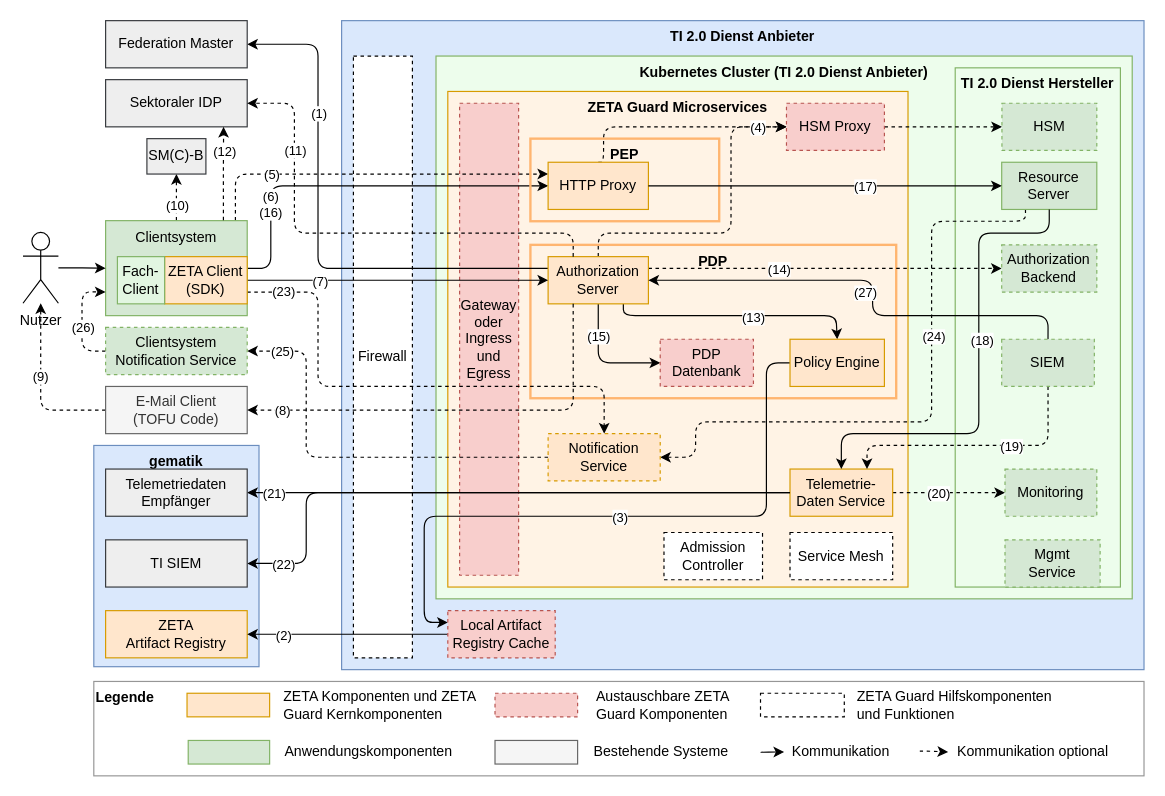
Before: src/drawio/Zero-Trust-Architektur.drawio in gematik/zeta, a draw.io diagram. Source tidied: cells renumbered, new cells numbered last; positions are measured from the earlier drawing's top-left corner, leaving out a move shared by most shapes. Both pictures are drawn from the tidied source at 118%, with x=0, y=0 at pixel (22, 20).
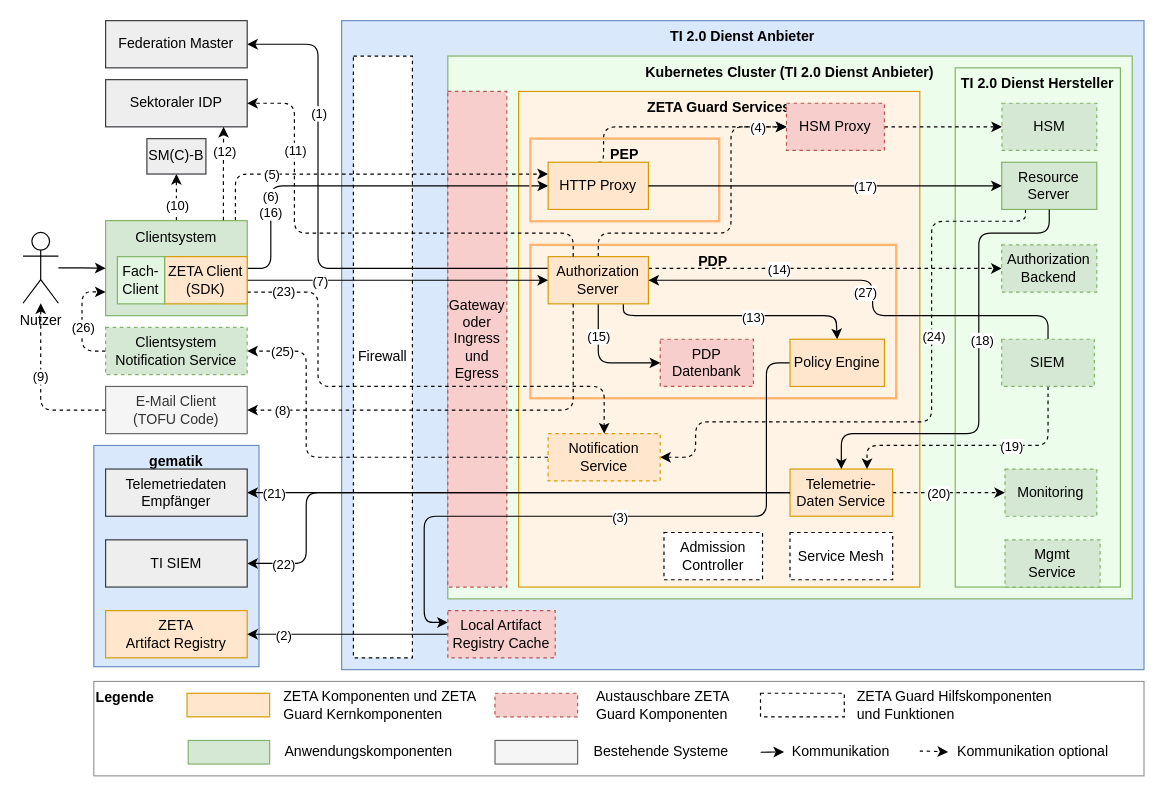
The same diagram, later.

Commit message:
refactor: Rename "ZETA Guard Microservices" to "ZETA Guard Services" and adjust the layout of several elements in the Zero-Trust-Architektur diagram.

Diff of the diagram source:
```diff
@@
     <mxCell id="4" value="&lt;b&gt;Kubernetes Cluster (&lt;/b&gt;&lt;b&gt;TI 2.0 Dienst Anbieter&lt;/b&gt;&lt;b&gt;)&lt;/b&gt;" style="rounded=0;whiteSpace=wrap;html=1;fillColor=#edfdec;strokeColor=#82b366;align=center;verticalAlign=top;" parent="1" vertex="1">
-      <mxGeometry x="350" y="30" width="590" height="460" as="geometry" />
+      <mxGeometry x="360" y="30" width="580" height="460" as="geometry" />
     </mxCell>
@@
-    <mxCell id="7" value="&lt;b&gt;ZETA Guard Microservices&lt;/b&gt;" style="rounded=0;whiteSpace=wrap;html=1;align=center;verticalAlign=top;fillColor=#fff3e5;strokeColor=#d79b00;" parent="1" vertex="1">
-      <mxGeometry x="360" y="60" width="390" height="420" as="geometry" />
+    <mxCell id="7" value="&lt;b&gt;ZETA Guard Services&lt;/b&gt;" style="rounded=0;whiteSpace=wrap;html=1;align=center;verticalAlign=top;fillColor=#fff3e5;strokeColor=#d79b00;" parent="1" vertex="1">
+      <mxGeometry x="420" y="60" width="340" height="420" as="geometry" />
     </mxCell>
     <mxCell id="8" value="&lt;div&gt;&lt;span style=&quot;background-color: transparent; color: light-dark(rgb(0, 0, 0), rgb(255, 255, 255));&quot;&gt;Gateway&lt;/span&gt;&lt;/div&gt;&lt;div&gt;&lt;span style=&quot;background-color: transparent; color: light-dark(rgb(0, 0, 0), rgb(255, 255, 255));&quot;&gt;oder&lt;/span&gt;&lt;/div&gt;&lt;div&gt;Ingress&lt;div&gt;und&lt;/div&gt;&lt;div&gt;Egress&lt;/div&gt;&lt;/div&gt;" style="rounded=0;whiteSpace=wrap;html=1;verticalAlign=middle;dashed=1;fillColor=#f8cecc;strokeColor=#b85450;" parent="1" vertex="1">
-      <mxGeometry x="370" y="70" width="50" height="400" as="geometry" />
+      <mxGeometry x="360" y="60" width="50" height="420" as="geometry" />
     </mxCell>
```
